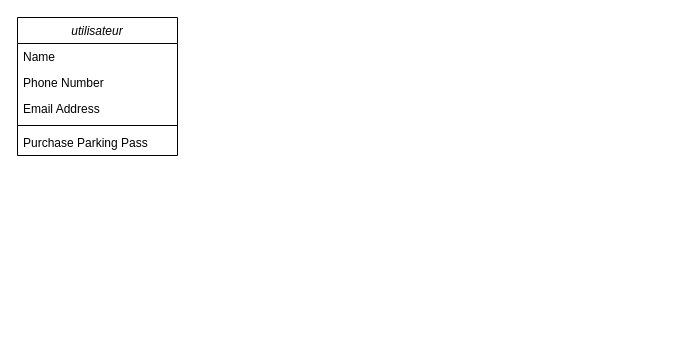
Earlier version of the draw.io diagram modele.drawio (l-busca/Parky). Source tidied: cells renumbered, new cells numbered last; positions are measured from the earlier drawing's top-left corner, leaving out a move shared by most shapes. Both pictures are drawn from the tidied source at 100%, with x=0, y=0 at pixel (17, 17).
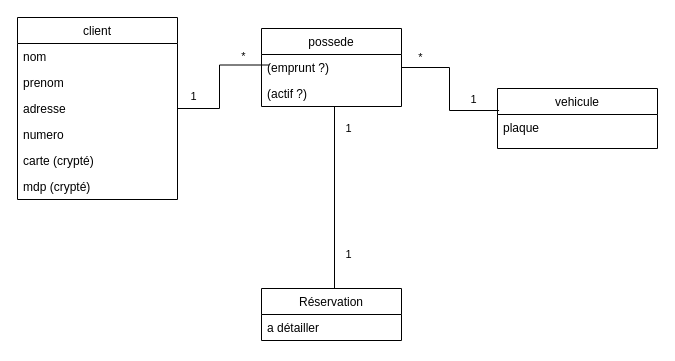
After the change.

Commit message (it also covers changes not shown here):
changement du modele de classe de la bdd, ajout des classes du sprint 2, (classes d'entree clavier avec vérification)

Change to the diagram source:
```diff
@@
-    <mxCell id="2" value="utilisateur" style="swimlane;fontStyle=2;align=center;verticalAlign=top;horizontal=1;startSize=26;rounded=0;shadow=0;strokeWidth=1;" parent="1" vertex="1">
-      <mxGeometry width="160" height="138" as="geometry" />
+    <mxCell id="2" value="client" style="swimlane;fontStyle=0;align=center;verticalAlign=top;horizontal=1;startSize=26;rounded=0;shadow=0;strokeWidth=1;" parent="1" vertex="1">
+      <mxGeometry width="160" height="182" as="geometry" />
     </mxCell>
-    <mxCell id="3" value="Name" style="text;align=left;verticalAlign=top;spacingLeft=4;spacingRight=4;overflow=hidden;" parent="2" vertex="1">
+    <mxCell id="3" value="nom    " style="text;align=left;verticalAlign=top;spacingLeft=4;spacingRight=4;overflow=hidden;" parent="2" vertex="1">
       <mxGeometry y="26" width="160" height="26" as="geometry" />
     </mxCell>
-    <mxCell id="4" value="Phone Number" style="text;align=left;verticalAlign=top;spacingLeft=4;spacingRight=4;overflow=hidden;rounded=0;shadow=0;html=0;" parent="2" vertex="1">
+    <mxCell id="4" value="prenom" style="text;align=left;verticalAlign=top;spacingLeft=4;spacingRight=4;overflow=hidden;rounded=0;shadow=0;html=0;" parent="2" vertex="1">
       <mxGeometry y="52" width="160" height="26" as="geometry" />
     </mxCell>
-    <mxCell id="5" value="Email Address" style="text;align=left;verticalAlign=top;spacingLeft=4;spacingRight=4;overflow=hidden;points=[[0,0.5],[1,0.5]];portConstraint=eastwest;rounded=0;shadow=0;html=0;" parent="2" vertex="1">
+    <mxCell id="5" value="adresse" style="text;align=left;verticalAlign=top;spacingLeft=4;spacingRight=4;overflow=hidden;points=[[0,0.5],[1,0.5]];portConstraint=eastwest;rounded=0;shadow=0;html=0;" parent="2" vertex="1">
       <mxGeometry y="78" width="160" height="26" as="geometry" />
     </mxCell>
-    <mxCell id="6" style="line;html=1;strokeWidth=1;align=left;verticalAlign=middle;spacingTop=-1;spacingLeft=3;spacingRight=3;labelPosition=right;" parent="2" vertex="1">
-      <mxGeometry y="104" width="160" height="8" as="geometry" />
-    </mxCell>
-    <mxCell id="7" value="Purchase Parking Pass" style="text;align=left;verticalAlign=top;spacingLeft=4;spacingRight=4;overflow=hidden;" parent="2" vertex="1">
-      <mxGeometry y="112" width="160" height="26" as="geometry" />
-    </mxCell>
+    <mxCell id="8" value="numero" style="text;align=left;verticalAlign=top;spacingLeft=4;spacingRight=4;overflow=hidden;rounded=0;shadow=0;html=0;" parent="2" vertex="1">
+      <mxGeometry y="104" width="160" height="26" as="geometry" />
+    </mxCell>
+    <mxCell id="9" value="carte (crypté)" style="text;align=left;verticalAlign=top;spacingLeft=4;spacingRight=4;overflow=hidden;rounded=0;shadow=0;html=0;" parent="2" vertex="1">
+      <mxGeometry y="130" width="160" height="26" as="geometry" />
+    </mxCell>
+    <mxCell id="10" value="mdp (crypté)" style="text;align=left;verticalAlign=top;spacingLeft=4;spacingRight=4;overflow=hidden;rounded=0;shadow=0;html=0;" parent="2" vertex="1">
+      <mxGeometry y="156" width="160" height="26" as="geometry" />
+    </mxCell>
+    <mxCell id="11" value="vehicule" style="swimlane;fontStyle=0;align=center;verticalAlign=top;horizontal=1;startSize=26;rounded=0;shadow=0;strokeWidth=1;" parent="1" vertex="1">
+      <mxGeometry x="480" y="71" width="160" height="60" as="geometry" />
+    </mxCell>
+    <mxCell id="12" value="plaque" style="text;align=left;verticalAlign=top;spacingLeft=4;spacingRight=4;overflow=hidden;rounded=0;shadow=0;html=0;" parent="11" vertex="1">
+      <mxGeometry y="26" width="160" height="26" as="geometry" />
+    </mxCell>
+    <mxCell id="13" style="edgeStyle=orthogonalEdgeStyle;rounded=0;jettySize=auto;html=1;exitX=1;exitY=0.5;exitDx=0;exitDy=0;entryX=0.01;entryY=0.367;entryDx=0;entryDy=0;entryPerimeter=0;endArrow=none;endFill=0;" parent="1" edge="1" source="16" target="11">
+      <mxGeometry relative="1" as="geometry" />
+    </mxCell>
+    <mxCell id="14" value="*" style="edgeLabel;html=1;align=center;verticalAlign=middle;" parent="13" vertex="1">
+      <mxGeometry x="-0.75" y="2" relative="1" as="geometry">
+        <mxPoint y="-9" as="offset" />
+      </mxGeometry>
+    </mxCell>
+    <mxCell id="15" value="1" style="edgeLabel;html=1;align=center;verticalAlign=middle;" parent="13" vertex="1">
+      <mxGeometry x="0.64" relative="1" as="geometry">
+        <mxPoint y="-12" as="offset" />
+      </mxGeometry>
+    </mxCell>
+    <mxCell id="16" value="possede" style="swimlane;fontStyle=0;horizontal=1;startSize=26;fillColor=none;" parent="1" vertex="1">
+      <mxGeometry x="244" y="11" width="140" height="78" as="geometry" />
+    </mxCell>
+    <mxCell id="17" value="(emprunt ?)" style="text;strokeColor=none;fillColor=none;align=left;verticalAlign=top;spacingLeft=4;spacingRight=4;overflow=hidden;" parent="16" vertex="1">
+      <mxGeometry y="26" width="140" height="26" as="geometry" />
+    </mxCell>
+    <mxCell id="18" value="(actif ?)" style="text;strokeColor=none;fillColor=none;align=left;verticalAlign=top;spacingLeft=4;spacingRight=4;overflow=hidden;points=[[0,0.5],[1,0.5]];portConstraint=eastwest;" parent="16" vertex="1">
+      <mxGeometry y="52" width="140" height="26" as="geometry" />
+    </mxCell>
+    <mxCell id="19" style="edgeStyle=orthogonalEdgeStyle;rounded=0;jettySize=auto;html=1;exitX=1;exitY=0.5;exitDx=0;exitDy=0;entryX=0.055;entryY=0.468;entryDx=0;entryDy=0;entryPerimeter=0;endArrow=none;endFill=0;" parent="1" edge="1" source="5" target="16">
+      <mxGeometry relative="1" as="geometry" />
+    </mxCell>
+    <mxCell id="20" value="1" style="edgeLabel;html=1;align=center;verticalAlign=middle;" parent="19" vertex="1">
+      <mxGeometry x="-0.78" y="-1" relative="1" as="geometry">
+        <mxPoint y="-14" as="offset" />
+      </mxGeometry>
+    </mxCell>
+    <mxCell id="21" value="*" style="edgeLabel;html=1;align=center;verticalAlign=middle;" parent="19" vertex="1">
+      <mxGeometry x="0.61" y="2" relative="1" as="geometry">
+        <mxPoint y="-7" as="offset" />
+      </mxGeometry>
+    </mxCell>
+    <mxCell id="22" style="edgeStyle=orthogonalEdgeStyle;rounded=0;jettySize=auto;html=1;exitX=0.5;exitY=0;exitDx=0;exitDy=0;endArrow=none;endFill=0;" parent="1" edge="1" target="18">
+      <mxGeometry relative="1" as="geometry">
+        <mxPoint x="309" y="271" as="sourcePoint" />
+        <Array as="points">
+          <mxPoint x="317" y="271" />
+        </Array>
+      </mxGeometry>
+    </mxCell>
+    <mxCell id="23" value="1" style="edgeLabel;html=1;align=center;verticalAlign=middle;" parent="22" vertex="1">
+      <mxGeometry x="0.78" y="-4" relative="1" as="geometry">
+        <mxPoint x="9" as="offset" />
+      </mxGeometry>
+    </mxCell>
+    <mxCell id="24" value="1" style="edgeLabel;html=1;align=center;verticalAlign=middle;" parent="22" vertex="1">
+      <mxGeometry x="-0.55" y="-1" relative="1" as="geometry">
+        <mxPoint x="12" as="offset" />
+      </mxGeometry>
+    </mxCell>
+    <mxCell id="25" value="Réservation" style="swimlane;fontStyle=0;horizontal=1;startSize=26;fillColor=none;" parent="1" vertex="1">
+      <mxGeometry x="244" y="271" width="140" height="52" as="geometry" />
+    </mxCell>
+    <mxCell id="26" value="a détailler" style="text;strokeColor=none;fillColor=none;align=left;verticalAlign=top;spacingLeft=4;spacingRight=4;overflow=hidden;" parent="25" vertex="1">
+      <mxGeometry y="26" width="140" height="26" as="geometry" />
+    </mxCell>
```
